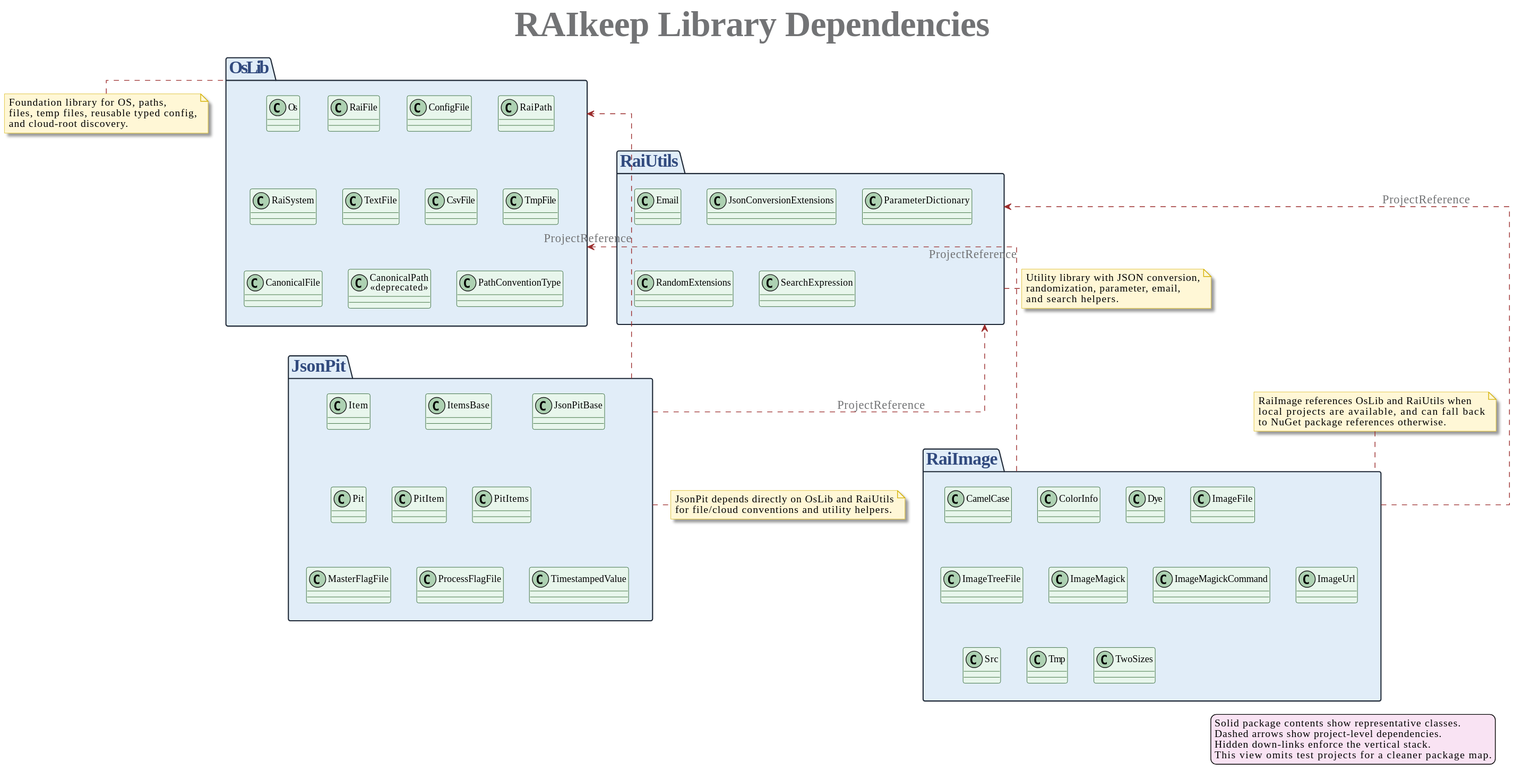
Above: RAIkeep-Library-Dependencies.svg in Burkhardt/RAIkeep (PlantUML), before the change.
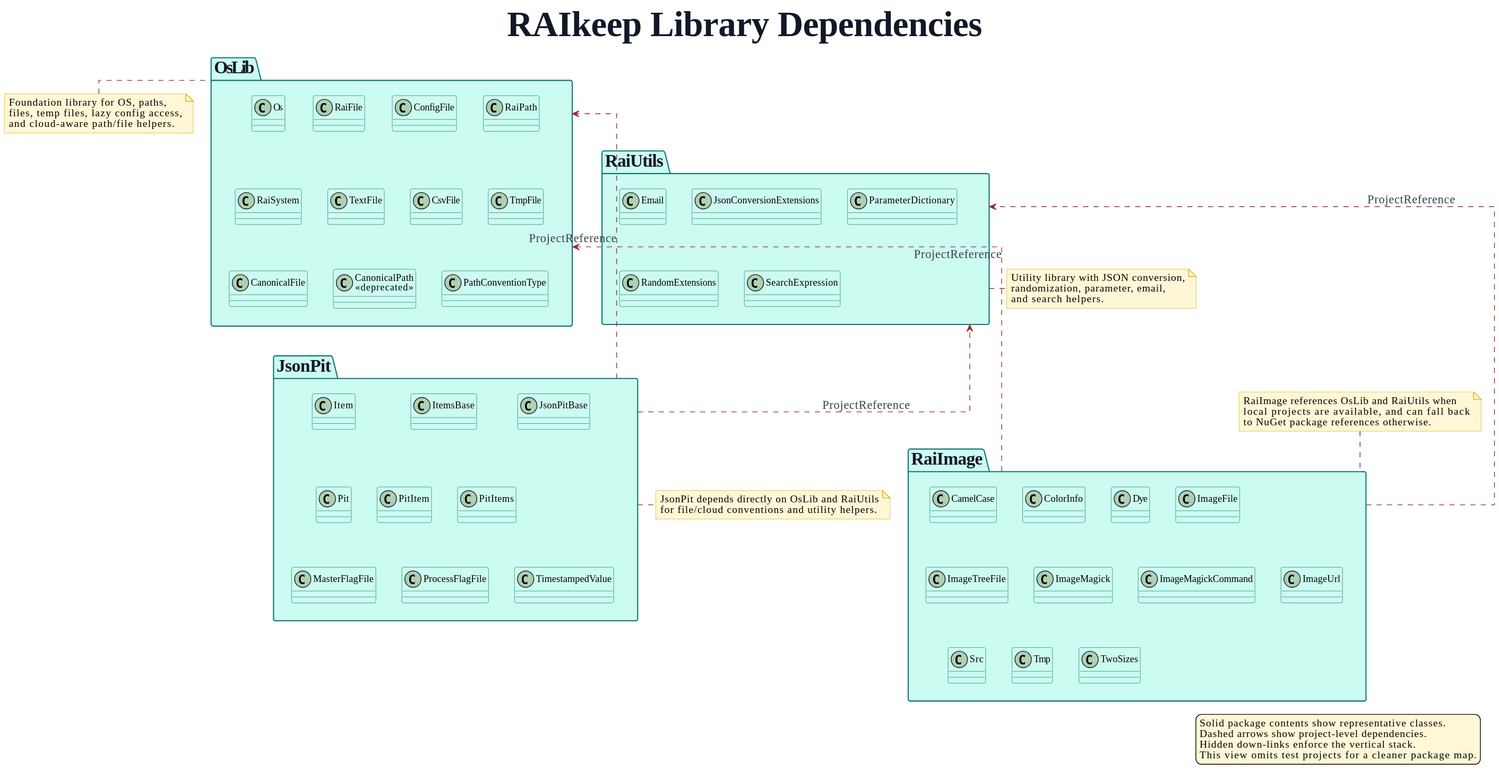
Later version of the same file.

What changed in the source:
```diff
@@ -3,38 +3,37 @@
 
 top to bottom direction
 
-skinparam TitleFontSize 48
-skinparam TitleFontColor #727375
-skinparam TitleFontName "Casual"
-skinparam HeaderFontSize 36
-skinparam DiagramFontSize 24
 skinparam backgroundColor white
 skinparam shadowing false
 skinparam linetype ortho
+skinparam DiagramFontName "Casual"
+skinparam DiagramFontSize 36
+skinparam TitleFontName "Casual"
+skinparam TitleFontSize 48
+skinparam TitleFontColor #111827
+skinparam HeaderFontSize 36
 skinparam PackageStyle package
-skinparam ArrowColor #4b5563
-skinparam PackageBorderColor #1f2937
-skinparam PackageFontColor #021f5eca
+skinparam ArrowColor #9b2c2c
+skinparam ArrowFontColor #374151
+skinparam ArrowFontName "Casual"
+skinparam PackageBorderColor #0f766e
+skinparam PackageFontColor #111827
 skinparam PackageFontSize 24
 skinparam PackageFontName "Casual"
-skinparam PackageBackgroundColor #bfd8f078
-skinparam IconPackageColor #e8a8f1
-skinparam ClassBorderColor #004203
-skinparam ClassBackgroundColor #f9fafb
+skinparam PackageBackgroundColor #ccfbf1
+skinparam IconPackageColor #fef3c7
+skinparam ClassBorderColor #0f766e
 skinparam NoteBackgroundColor #fff7d6
 skinparam NoteBorderColor #d4b106
-skinparam NoteShadowing true
+skinparam NoteShadowing false
 skinparam NoteFontName "Casual"
 skinparam NoteFontSize 14
-skinparam ClassBackgroundColor #e8f6ec
+skinparam ClassBackgroundColor #ccfbf1
 skinparam ClassFontName "Casual"
 skinparam ClassFontSize 13
-skinparam ArrowFontName "Casual"
 skinparam ArrowFontSize 16
-skinparam ArrowFontColor #727375
 skinparam ArrowTextAlignment right
-skinparam ArrowColor #9b2c2c
-skinparam LegendBackgroundColor #f5cfea94
+skinparam LegendBackgroundColor #fff7d6
 skinparam LegendFontName "Casual"
 skinparam LegendFontSize 14
 
@@ -98,8 +97,8 @@
 
 note left of P_OsLib
 	Foundation library for OS, paths,
-	files, temp files, reusable typed config,
-	and cloud-root discovery.
+	files, temp files, lazy config access,
+	and cloud-aware path/file helpers.
 end note
 
 note bottom of P_RaiUtils
```
